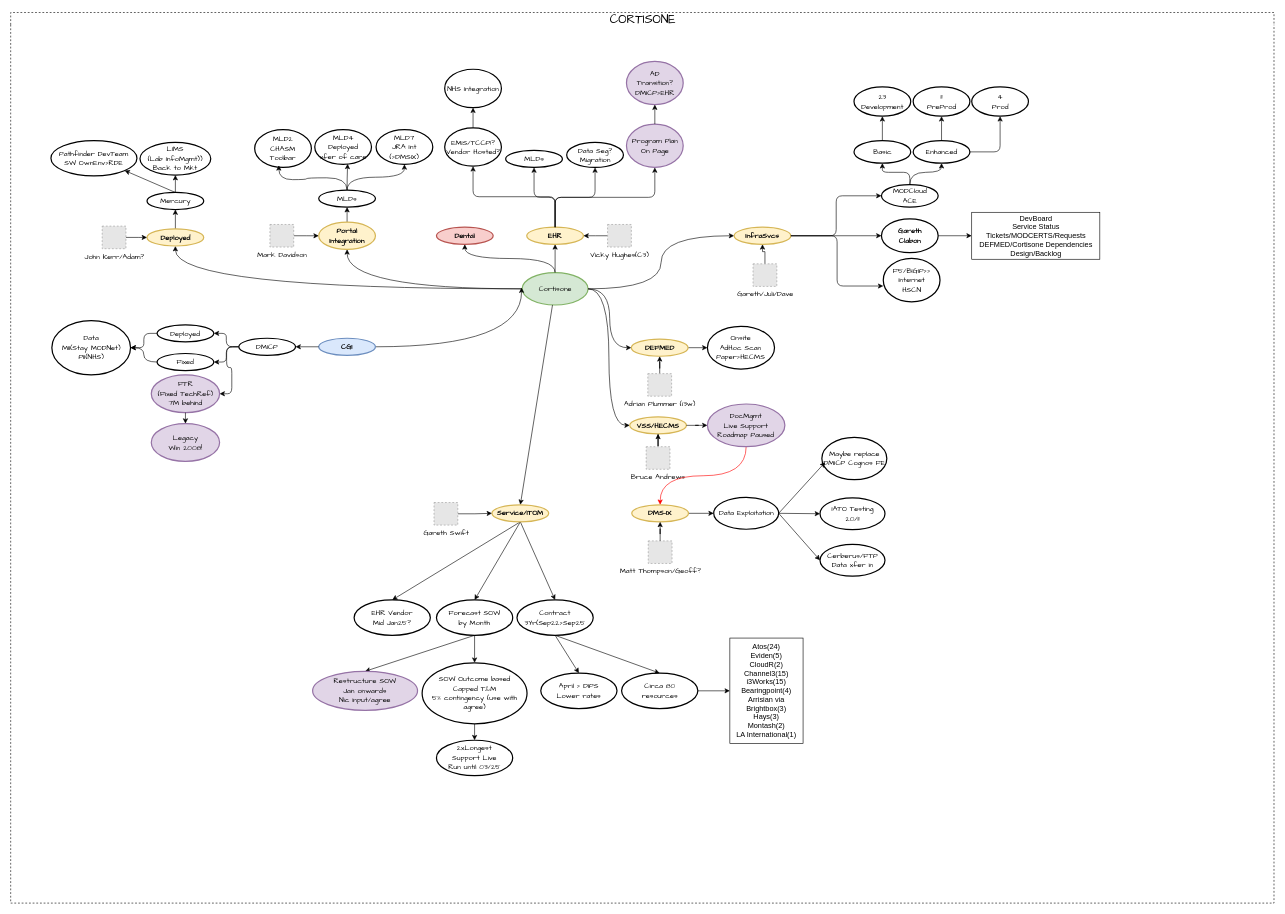
dalegent42/DrawIO keeps this draw.io diagram as page "Overview" (1 of 4) of 202411 Cortisone.drawio. Above is the earlier version. Source tidied: cells renumbered, new cells numbered last; positions are measured from the earlier drawing's top-left corner, leaving out a move shared by most shapes. Both pictures are drawn from the tidied source at 61%, with x=0, y=0 at pixel (10, 12). Pictures stored in the file or linked from it are replaced by grey dashed boxes.
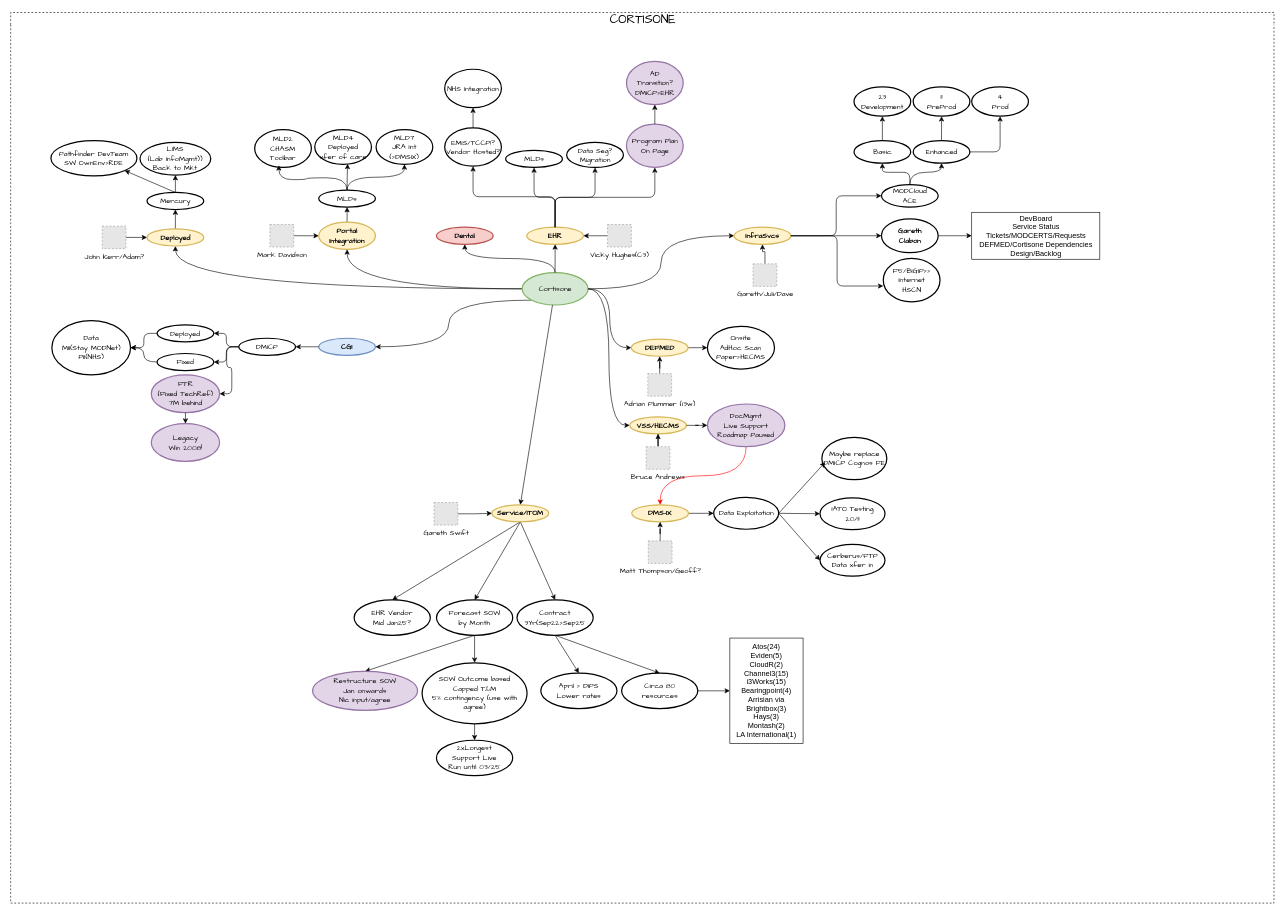
The same page after the edit.

The change refers to these unchanged cells:
```xml
<mxCell id="2" value="&lt;span style=&quot;&quot;&gt;&lt;font style=&quot;font-size: 20px;&quot;&gt;CORTISONE&lt;/font&gt;&lt;/span&gt;" style="swimlane;html=1;startSize=20;horizontal=1;containerType=tree;labelBackgroundColor=none;strokeWidth=1;fontFamily=Comic Sans MS;fontSize=9;swimlaneLine=0;dashed=1;fontStyle=0;" parent="1" vertex="1">
  <mxGeometry width="2071" height="1460" as="geometry" />
</mxCell>
<mxCell id="7" value="&lt;font face=&quot;Comic Sans MS&quot;&gt;Cortisone&lt;/font&gt;" style="ellipse;whiteSpace=wrap;html=1;align=center;strokeWidth=2;fillColor=#d5e8d4;strokeColor=#82b366;" parent="2" vertex="1">
  <mxGeometry x="838.5" y="426.5" width="108" height="53" as="geometry" />
</mxCell>
<mxCell id="50" value="&lt;font face=&quot;Comic Sans MS&quot;&gt;CGI&lt;/font&gt;" style="ellipse;whiteSpace=wrap;html=1;align=center;strokeWidth=2;fontStyle=1;fillColor=#dae8fc;strokeColor=#6c8ebf;" parent="2" vertex="1">
  <mxGeometry x="505" y="534" width="93" height="28" as="geometry" />
</mxCell>
```

Diff of the diagram source:
```diff
@@
+    <mxCell id="128" style="edgeStyle=orthogonalEdgeStyle;rounded=0;jettySize=auto;html=1;exitX=0;exitY=1;exitDx=0;exitDy=0;entryX=1;entryY=0.5;entryDx=0;entryDy=0;curved=1;" parent="2" edge="1" source="7" target="50">
+      <mxGeometry relative="1" as="geometry" />
+    </mxCell>
@@
-    <mxCell id="49" style="edgeStyle=orthogonalEdgeStyle;rounded=0;jettySize=auto;html=1;curved=1;" parent="2" edge="1" source="50">
-      <mxGeometry relative="1" as="geometry">
-        <mxPoint x="837.5" y="451" as="targetPoint" />
-      </mxGeometry>
-    </mxCell>
```
